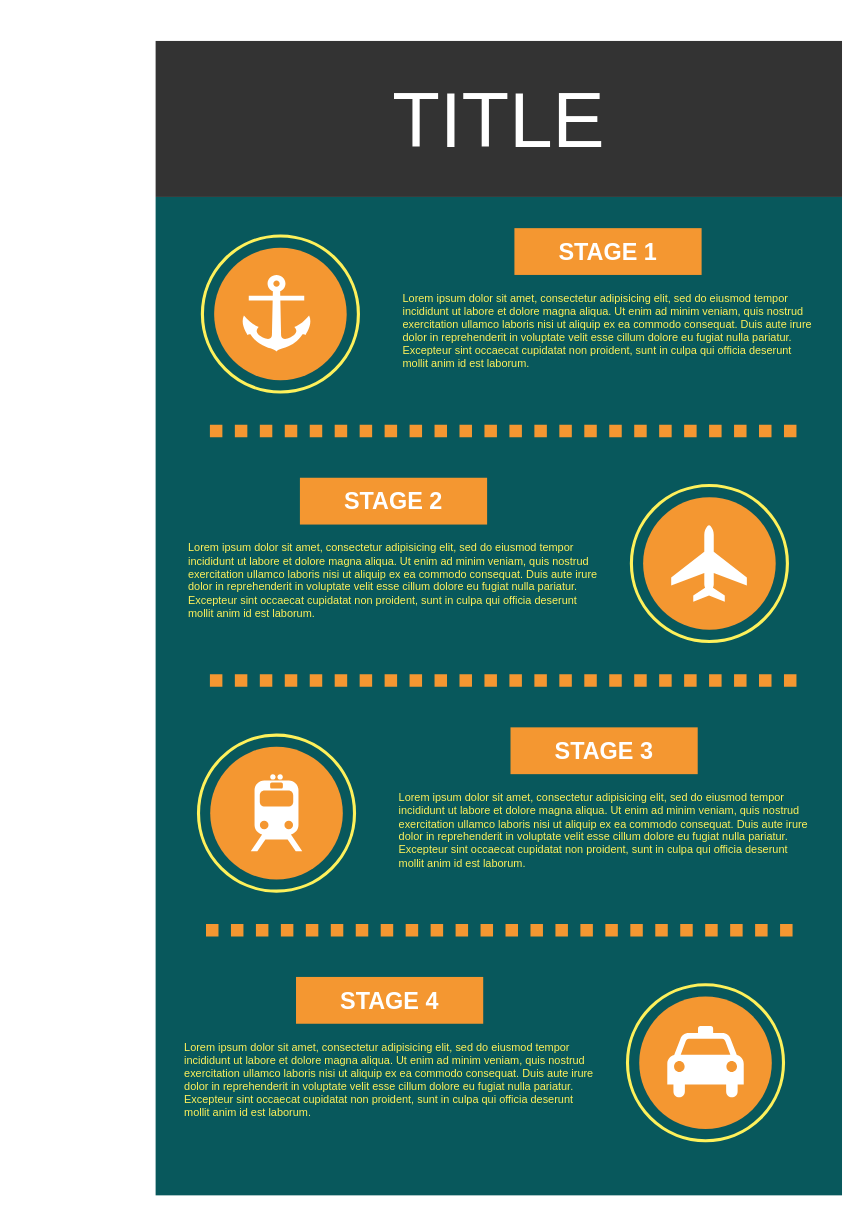
Above: Untitled Diagram.drawio in cubby57/HR (draw.io), before the change. Source tidied: cells renumbered, new cells numbered last; positions are measured from the earlier drawing's top-left corner, leaving out a move shared by most shapes. Both pictures are drawn from the tidied source at 78%, with x=0, y=0 at pixel (155, 41).
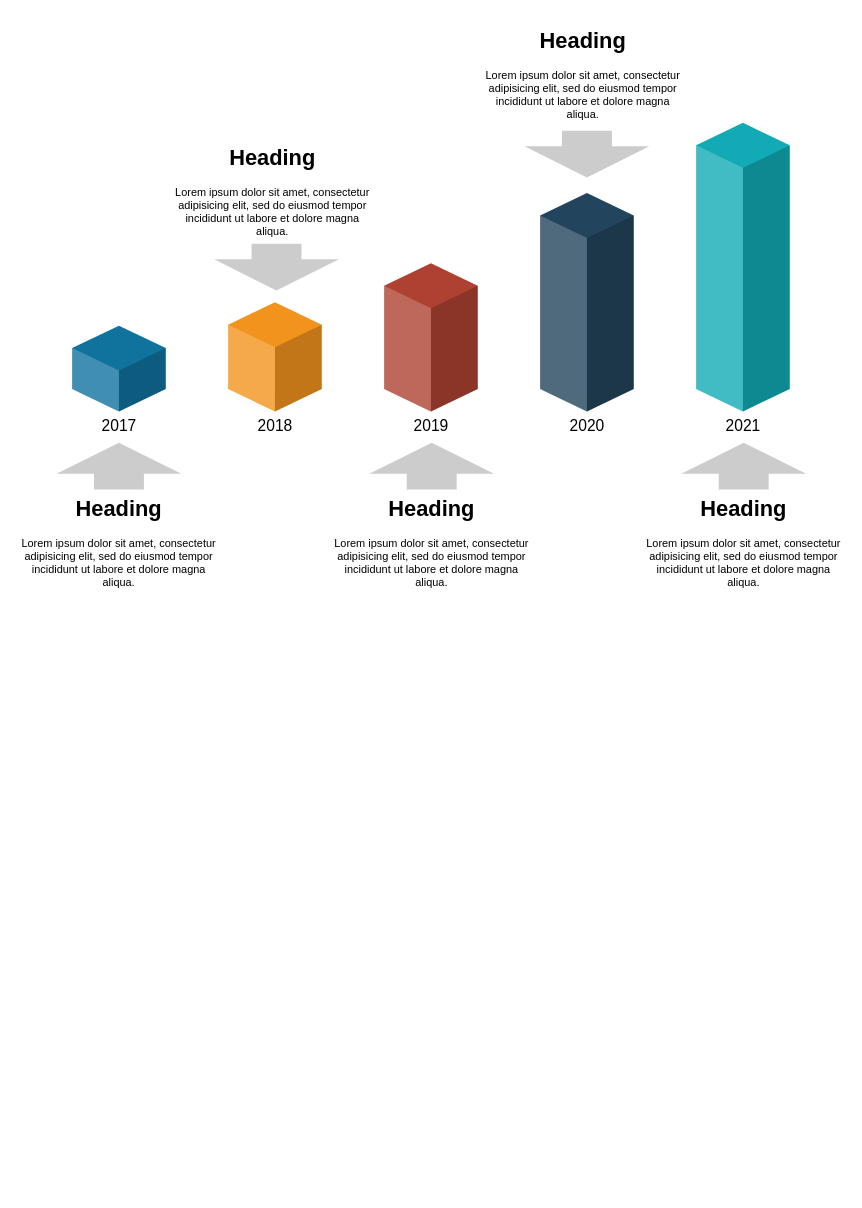
Above is the later version.

The edit, as a diff of the source:
```diff
@@
-    <mxCell id="2" style="whiteSpace=wrap;html=1;rounded=0;shadow=0;dashed=0;strokeColor=none;strokeWidth=4;fillColor=#08585C;gradientColor=none;fontFamily=Helvetica;fontSize=100;fontColor=#FFFFFF;align=center;" parent="1" vertex="1">
-      <mxGeometry y="200" width="880" height="1280" as="geometry" />
-    </mxCell>
-    <mxCell id="3" value="TITLE" style="whiteSpace=wrap;html=1;rounded=0;shadow=0;dashed=0;strokeColor=none;strokeWidth=4;fillColor=#333333;gradientColor=none;fontFamily=Helvetica;fontSize=100;fontColor=#FFFFFF;align=center;" parent="1" vertex="1">
-      <mxGeometry width="880" height="200" as="geometry" />
-    </mxCell>
-    <mxCell id="4" style="ellipse;whiteSpace=wrap;html=1;rounded=0;shadow=0;dashed=0;strokeColor=#FEF15B;strokeWidth=4;fillColor=none;gradientColor=none;fontFamily=Helvetica;fontSize=100;fontColor=#FFFFFF;align=center;" parent="1" vertex="1">
-      <mxGeometry x="60" y="250" width="200" height="200" as="geometry" />
-    </mxCell>
-    <mxCell id="5" style="ellipse;whiteSpace=wrap;html=1;rounded=0;shadow=0;dashed=0;strokeColor=none;strokeWidth=4;fillColor=#F49731;gradientColor=none;fontFamily=Helvetica;fontSize=100;fontColor=#FFFFFF;align=center;" parent="1" vertex="1">
-      <mxGeometry x="75" y="265" width="170" height="170" as="geometry" />
-    </mxCell>
-    <mxCell id="6" style="endArrow=none;html=1;dashed=1;dashPattern=1 1;labelBackgroundColor=none;strokeColor=#F49731;fontFamily=Helvetica;fontSize=100;fontColor=#FFFFFF;strokeWidth=16;" parent="1" edge="1">
-      <mxGeometry relative="1" as="geometry">
-        <mxPoint x="69.6" y="500" as="sourcePoint" />
-        <mxPoint x="829" y="500" as="targetPoint" />
-      </mxGeometry>
-    </mxCell>
-    <mxCell id="7" value="STAGE 1" style="whiteSpace=wrap;html=1;rounded=0;shadow=0;dashed=0;strokeColor=none;strokeWidth=4;fillColor=#F49731;gradientColor=none;fontFamily=Helvetica;fontSize=30;fontColor=#FFFFFF;align=center;fontStyle=1;" parent="1" vertex="1">
-      <mxGeometry x="460" y="240" width="240" height="60" as="geometry" />
-    </mxCell>
-    <mxCell id="8" value="Lorem ipsum dolor sit amet, consectetur adipisicing elit, sed do eiusmod tempor incididunt ut labore et dolore magna aliqua. Ut enim ad minim veniam, quis nostrud exercitation ullamco laboris nisi ut aliquip ex ea commodo consequat. Duis aute irure dolor in reprehenderit in voluptate velit esse cillum dolore eu fugiat nulla pariatur. Excepteur sint occaecat cupidatat non proident, sunt in culpa qui officia deserunt mollit anim id est laborum." style="text;spacingTop=-5;fillColor=#ffffff;whiteSpace=wrap;html=1;align=left;fontSize=14;fontFamily=Helvetica;fillColor=none;strokeColor=none;rounded=0;shadow=0;dashed=0;fontColor=#FEF15B;" parent="1" vertex="1">
-      <mxGeometry x="315" y="320" width="535" height="130" as="geometry" />
-    </mxCell>
-    <mxCell id="9" style="ellipse;whiteSpace=wrap;html=1;rounded=0;shadow=0;dashed=0;strokeColor=#FEF15B;strokeWidth=4;fillColor=none;gradientColor=none;fontFamily=Helvetica;fontSize=100;fontColor=#FFFFFF;align=center;" parent="1" vertex="1">
-      <mxGeometry x="610" y="570" width="200" height="200" as="geometry" />
-    </mxCell>
-    <mxCell id="10" style="ellipse;whiteSpace=wrap;html=1;rounded=0;shadow=0;dashed=0;strokeColor=none;strokeWidth=4;fillColor=#F49731;gradientColor=none;fontFamily=Helvetica;fontSize=100;fontColor=#FFFFFF;align=center;" parent="1" vertex="1">
-      <mxGeometry x="625" y="585" width="170" height="170" as="geometry" />
-    </mxCell>
-    <mxCell id="11" style="endArrow=none;html=1;dashed=1;dashPattern=1 1;labelBackgroundColor=none;strokeColor=#F49731;fontFamily=Helvetica;fontSize=100;fontColor=#FFFFFF;strokeWidth=16;" parent="1" edge="1">
-      <mxGeometry relative="1" as="geometry">
-        <mxPoint x="69.6" y="820" as="sourcePoint" />
-        <mxPoint x="829" y="820" as="targetPoint" />
-      </mxGeometry>
-    </mxCell>
-    <mxCell id="12" value="STAGE 2" style="whiteSpace=wrap;html=1;rounded=0;shadow=0;dashed=0;strokeColor=none;strokeWidth=4;fillColor=#F49731;gradientColor=none;fontFamily=Helvetica;fontSize=30;fontColor=#FFFFFF;align=center;fontStyle=1;" parent="1" vertex="1">
-      <mxGeometry x="185" y="560" width="240" height="60" as="geometry" />
-    </mxCell>
-    <mxCell id="13" value="Lorem ipsum dolor sit amet, consectetur adipisicing elit, sed do eiusmod tempor incididunt ut labore et dolore magna aliqua. Ut enim ad minim veniam, quis nostrud exercitation ullamco laboris nisi ut aliquip ex ea commodo consequat. Duis aute irure dolor in reprehenderit in voluptate velit esse cillum dolore eu fugiat nulla pariatur. Excepteur sint occaecat cupidatat non proident, sunt in culpa qui officia deserunt mollit anim id est laborum." style="text;spacingTop=-5;fillColor=#ffffff;whiteSpace=wrap;html=1;align=left;fontSize=14;fontFamily=Helvetica;fillColor=none;strokeColor=none;rounded=0;shadow=0;dashed=0;fontColor=#FEF15B;" parent="1" vertex="1">
-      <mxGeometry x="40" y="640" width="535" height="130" as="geometry" />
-    </mxCell>
-    <mxCell id="14" style="ellipse;whiteSpace=wrap;html=1;rounded=0;shadow=0;dashed=0;strokeColor=#FEF15B;strokeWidth=4;fillColor=none;gradientColor=none;fontFamily=Helvetica;fontSize=100;fontColor=#FFFFFF;align=center;" parent="1" vertex="1">
-      <mxGeometry x="55" y="890" width="200" height="200" as="geometry" />
-    </mxCell>
-    <mxCell id="15" style="ellipse;whiteSpace=wrap;html=1;rounded=0;shadow=0;dashed=0;strokeColor=none;strokeWidth=4;fillColor=#F49731;gradientColor=none;fontFamily=Helvetica;fontSize=100;fontColor=#FFFFFF;align=center;" parent="1" vertex="1">
-      <mxGeometry x="70" y="905" width="170" height="170" as="geometry" />
-    </mxCell>
-    <mxCell id="16" style="endArrow=none;html=1;dashed=1;dashPattern=1 1;labelBackgroundColor=none;strokeColor=#F49731;fontFamily=Helvetica;fontSize=100;fontColor=#FFFFFF;strokeWidth=16;" parent="1" edge="1">
-      <mxGeometry relative="1" as="geometry">
-        <mxPoint x="64.6" y="1140" as="sourcePoint" />
-        <mxPoint x="824" y="1140" as="targetPoint" />
-      </mxGeometry>
-    </mxCell>
-    <mxCell id="17" value="STAGE 3" style="whiteSpace=wrap;html=1;rounded=0;shadow=0;dashed=0;strokeColor=none;strokeWidth=4;fillColor=#F49731;gradientColor=none;fontFamily=Helvetica;fontSize=30;fontColor=#FFFFFF;align=center;fontStyle=1;" parent="1" vertex="1">
-      <mxGeometry x="455" y="880" width="240" height="60" as="geometry" />
-    </mxCell>
-    <mxCell id="18" value="Lorem ipsum dolor sit amet, consectetur adipisicing elit, sed do eiusmod tempor incididunt ut labore et dolore magna aliqua. Ut enim ad minim veniam, quis nostrud exercitation ullamco laboris nisi ut aliquip ex ea commodo consequat. Duis aute irure dolor in reprehenderit in voluptate velit esse cillum dolore eu fugiat nulla pariatur. Excepteur sint occaecat cupidatat non proident, sunt in culpa qui officia deserunt mollit anim id est laborum." style="text;spacingTop=-5;fillColor=#ffffff;whiteSpace=wrap;html=1;align=left;fontSize=14;fontFamily=Helvetica;fillColor=none;strokeColor=none;rounded=0;shadow=0;dashed=0;fontColor=#FEF15B;" parent="1" vertex="1">
-      <mxGeometry x="310" y="960" width="535" height="130" as="geometry" />
-    </mxCell>
-    <mxCell id="19" style="ellipse;whiteSpace=wrap;html=1;rounded=0;shadow=0;dashed=0;strokeColor=#FEF15B;strokeWidth=4;fillColor=none;gradientColor=none;fontFamily=Helvetica;fontSize=100;fontColor=#FFFFFF;align=center;" parent="1" vertex="1">
-      <mxGeometry x="605" y="1210" width="200" height="200" as="geometry" />
-    </mxCell>
-    <mxCell id="20" style="ellipse;whiteSpace=wrap;html=1;rounded=0;shadow=0;dashed=0;strokeColor=none;strokeWidth=4;fillColor=#F49731;gradientColor=none;fontFamily=Helvetica;fontSize=100;fontColor=#FFFFFF;align=center;" parent="1" vertex="1">
-      <mxGeometry x="620" y="1225" width="170" height="170" as="geometry" />
-    </mxCell>
-    <mxCell id="21" value="STAGE 4" style="whiteSpace=wrap;html=1;rounded=0;shadow=0;dashed=0;strokeColor=none;strokeWidth=4;fillColor=#F49731;gradientColor=none;fontFamily=Helvetica;fontSize=30;fontColor=#FFFFFF;align=center;fontStyle=1;" parent="1" vertex="1">
-      <mxGeometry x="180" y="1200" width="240" height="60" as="geometry" />
-    </mxCell>
-    <mxCell id="22" value="Lorem ipsum dolor sit amet, consectetur adipisicing elit, sed do eiusmod tempor incididunt ut labore et dolore magna aliqua. Ut enim ad minim veniam, quis nostrud exercitation ullamco laboris nisi ut aliquip ex ea commodo consequat. Duis aute irure dolor in reprehenderit in voluptate velit esse cillum dolore eu fugiat nulla pariatur. Excepteur sint occaecat cupidatat non proident, sunt in culpa qui officia deserunt mollit anim id est laborum." style="text;spacingTop=-5;fillColor=#ffffff;whiteSpace=wrap;html=1;align=left;fontSize=14;fontFamily=Helvetica;fillColor=none;strokeColor=none;rounded=0;shadow=0;dashed=0;fontColor=#FEF15B;" parent="1" vertex="1">
-      <mxGeometry x="35" y="1280" width="535" height="130" as="geometry" />
-    </mxCell>
-    <mxCell id="23" style="shape=mxgraph.signs.transportation.anchor_2;html=1;fillColor=#FFFFFF;strokeColor=none;verticalLabelPosition=bottom;verticalAlign=top;align=center;rounded=0;shadow=0;dashed=0;fontFamily=Helvetica;fontSize=14;fontColor=#FEF15B;" parent="1" vertex="1">
-      <mxGeometry x="108" y="300" width="94" height="98" as="geometry" />
-    </mxCell>
-    <mxCell id="24" style="shape=mxgraph.signs.transportation.airplane_3;html=1;fillColor=#FFFFFF;strokeColor=none;verticalLabelPosition=bottom;verticalAlign=top;align=center;rounded=0;shadow=0;dashed=0;fontFamily=Helvetica;fontSize=14;fontColor=#FEF15B;" parent="1" vertex="1">
-      <mxGeometry x="661" y="621" width="97" height="98" as="geometry" />
-    </mxCell>
-    <mxCell id="25" style="shape=mxgraph.signs.transportation.train_2;html=1;fillColor=#FFFFFF;strokeColor=none;verticalLabelPosition=bottom;verticalAlign=top;align=center;rounded=0;shadow=0;dashed=0;fontFamily=Helvetica;fontSize=14;fontColor=#FEF15B;" parent="1" vertex="1">
-      <mxGeometry x="122" y="940" width="66" height="99" as="geometry" />
-    </mxCell>
-    <mxCell id="26" style="shape=mxgraph.signs.transportation.taxi;html=1;fillColor=#FFFFFF;strokeColor=none;verticalLabelPosition=bottom;verticalAlign=top;align=center;rounded=0;shadow=0;dashed=0;fontFamily=Helvetica;fontSize=14;fontColor=#FEF15B;" parent="1" vertex="1">
-      <mxGeometry x="656" y="1263" width="98" height="94" as="geometry" />
-    </mxCell>
+    <mxCell id="27" style="html=1;shadow=0;dashed=0;align=center;verticalAlign=middle;shape=mxgraph.arrows2.arrow;dy=0.6;dx=40;direction=north;notch=0;strokeWidth=2;fillColor=#CCCCCC;fontSize=14;fontColor=#000000;strokeColor=none;" parent="1" vertex="1">
+      <mxGeometry x="-127" y="515" width="160" height="60" as="geometry" />
+    </mxCell>
+    <mxCell id="28" value="2017" style="verticalLabelPosition=bottom;verticalAlign=top;html=1;shape=mxgraph.infographic.shadedCube;isoAngle=15;fillColor=#10739E;strokeColor=none;fontFamily=Helvetica;fontSize=20;fontColor=#000000;align=center;strokeWidth=2;" parent="1" vertex="1">
+      <mxGeometry x="-107" y="365" width="120" height="110" as="geometry" />
+    </mxCell>
+    <mxCell id="29" value="2018" style="verticalLabelPosition=bottom;verticalAlign=top;html=1;shape=mxgraph.infographic.shadedCube;isoAngle=15;fillColor=#F2931E;strokeColor=none;fontFamily=Helvetica;fontSize=20;fontColor=#000000;align=center;strokeWidth=2;" parent="1" vertex="1">
+      <mxGeometry x="93" y="335" width="120" height="140" as="geometry" />
+    </mxCell>
+    <mxCell id="30" value="2019" style="verticalLabelPosition=bottom;verticalAlign=top;html=1;shape=mxgraph.infographic.shadedCube;isoAngle=15;fillColor=#AE4132;strokeColor=none;fontFamily=Helvetica;fontSize=20;fontColor=#000000;align=center;strokeWidth=2;" parent="1" vertex="1">
+      <mxGeometry x="293" y="285" width="120" height="190" as="geometry" />
+    </mxCell>
+    <mxCell id="31" value="2020" style="verticalLabelPosition=bottom;verticalAlign=top;html=1;shape=mxgraph.infographic.shadedCube;isoAngle=15;fillColor=#23445D;strokeColor=none;fontFamily=Helvetica;fontSize=20;fontColor=#000000;align=center;strokeWidth=2;" parent="1" vertex="1">
+      <mxGeometry x="493" y="195" width="120" height="280" as="geometry" />
+    </mxCell>
+    <mxCell id="32" value="2021" style="verticalLabelPosition=bottom;verticalAlign=top;html=1;shape=mxgraph.infographic.shadedCube;isoAngle=15;fillColor=#12AAB5;strokeColor=none;fontFamily=Helvetica;fontSize=20;fontColor=#000000;align=center;strokeWidth=2;" parent="1" vertex="1">
+      <mxGeometry x="693" y="105" width="120" height="370" as="geometry" />
+    </mxCell>
+    <mxCell id="33" value="&lt;h1&gt;Heading&lt;/h1&gt;&lt;p&gt;Lorem ipsum dolor sit amet, consectetur adipisicing elit, sed do eiusmod tempor incididunt ut labore et dolore magna aliqua.&lt;/p&gt;" style="text;html=1;spacing=5;spacingTop=-20;whiteSpace=wrap;overflow=hidden;strokeWidth=2;fillColor=none;gradientColor=none;fontSize=14;fontColor=#000000;align=center;" parent="1" vertex="1">
+      <mxGeometry x="-182" y="575" width="270" height="140" as="geometry" />
+    </mxCell>
+    <mxCell id="34" value="&lt;h1&gt;Heading&lt;/h1&gt;&lt;p&gt;Lorem ipsum dolor sit amet, consectetur adipisicing elit, sed do eiusmod tempor incididunt ut labore et dolore magna aliqua.&lt;/p&gt;" style="text;html=1;spacing=5;spacingTop=-20;whiteSpace=wrap;overflow=hidden;strokeWidth=2;fillColor=none;gradientColor=none;fontSize=14;fontColor=#000000;align=center;" parent="1" vertex="1">
+      <mxGeometry x="15" y="125" width="270" height="140" as="geometry" />
+    </mxCell>
+    <mxCell id="35" value="&lt;h1&gt;Heading&lt;/h1&gt;&lt;p&gt;Lorem ipsum dolor sit amet, consectetur adipisicing elit, sed do eiusmod tempor incididunt ut labore et dolore magna aliqua.&lt;/p&gt;" style="text;html=1;spacing=5;spacingTop=-20;whiteSpace=wrap;overflow=hidden;strokeWidth=2;fillColor=none;gradientColor=none;fontSize=14;fontColor=#000000;align=center;" parent="1" vertex="1">
+      <mxGeometry x="219" y="575" width="270" height="140" as="geometry" />
+    </mxCell>
+    <mxCell id="36" value="&lt;h1&gt;Heading&lt;/h1&gt;&lt;p&gt;Lorem ipsum dolor sit amet, consectetur adipisicing elit, sed do eiusmod tempor incididunt ut labore et dolore magna aliqua.&lt;/p&gt;" style="text;html=1;spacing=5;spacingTop=-20;whiteSpace=wrap;overflow=hidden;strokeWidth=2;fillColor=none;gradientColor=none;fontSize=14;fontColor=#000000;align=center;" parent="1" vertex="1">
+      <mxGeometry x="619" y="575" width="270" height="140" as="geometry" />
+    </mxCell>
+    <mxCell id="37" value="&lt;h1&gt;Heading&lt;/h1&gt;&lt;p&gt;Lorem ipsum dolor sit amet, consectetur adipisicing elit, sed do eiusmod tempor incididunt ut labore et dolore magna aliqua.&lt;/p&gt;" style="text;html=1;spacing=5;spacingTop=-20;whiteSpace=wrap;overflow=hidden;strokeWidth=2;fillColor=none;gradientColor=none;fontSize=14;fontColor=#000000;align=center;" parent="1" vertex="1">
+      <mxGeometry x="413" y="-25" width="270" height="140" as="geometry" />
+    </mxCell>
+    <mxCell id="38" style="html=1;shadow=0;dashed=0;align=center;verticalAlign=middle;shape=mxgraph.arrows2.arrow;dy=0.6;dx=40;direction=north;notch=0;strokeWidth=2;fillColor=#CCCCCC;fontSize=14;fontColor=#000000;strokeColor=none;" parent="1" vertex="1">
+      <mxGeometry x="274" y="515" width="160" height="60" as="geometry" />
+    </mxCell>
+    <mxCell id="39" style="html=1;shadow=0;dashed=0;align=center;verticalAlign=middle;shape=mxgraph.arrows2.arrow;dy=0.6;dx=40;direction=north;notch=0;strokeWidth=2;fillColor=#CCCCCC;fontSize=14;fontColor=#000000;strokeColor=none;" parent="1" vertex="1">
+      <mxGeometry x="674" y="515" width="160" height="60" as="geometry" />
+    </mxCell>
+    <mxCell id="40" style="html=1;shadow=0;dashed=0;align=center;verticalAlign=middle;shape=mxgraph.arrows2.arrow;dy=0.6;dx=40;direction=north;notch=0;strokeWidth=2;fillColor=#CCCCCC;fontSize=14;fontColor=#000000;strokeColor=none;flipV=1;" parent="1" vertex="1">
+      <mxGeometry x="75" y="260" width="160" height="60" as="geometry" />
+    </mxCell>
+    <mxCell id="41" style="html=1;shadow=0;dashed=0;align=center;verticalAlign=middle;shape=mxgraph.arrows2.arrow;dy=0.6;dx=40;direction=north;notch=0;strokeWidth=2;fillColor=#CCCCCC;fontSize=14;fontColor=#000000;strokeColor=none;flipV=1;" parent="1" vertex="1">
+      <mxGeometry x="473" y="115" width="160" height="60" as="geometry" />
+    </mxCell>
```
